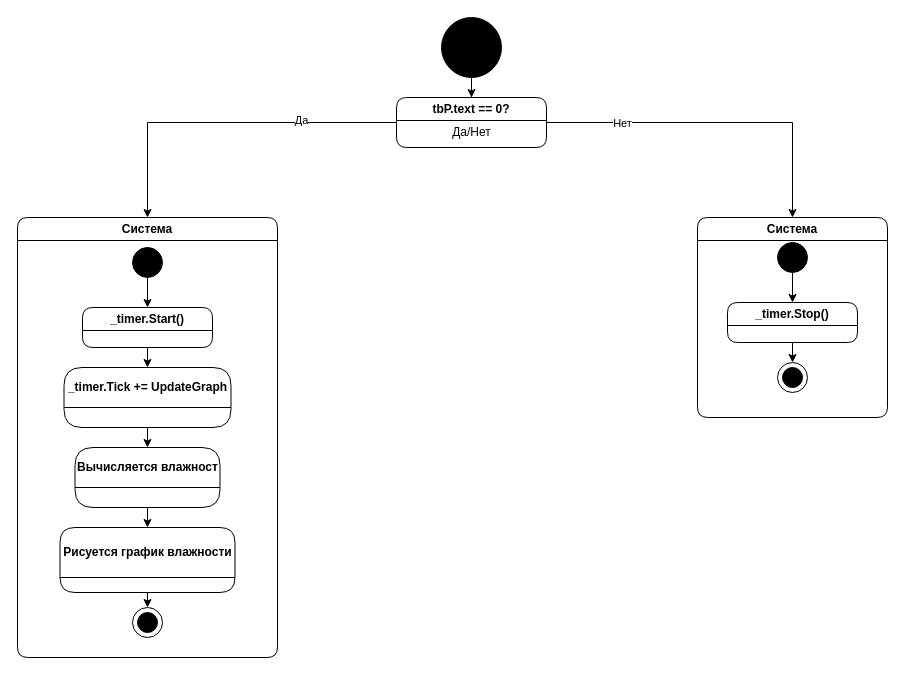
This is Диаграммы/4 Диаграмма состояний.drawio from JPKakaAG/praktika5v, a draw.io file, before an edit. Source tidied: cells renumbered, new cells numbered last; positions are measured from the earlier drawing's top-left corner, leaving out a move shared by most shapes. Both pictures are drawn from the tidied source at 100%, with x=0, y=0 at pixel (17, 17).
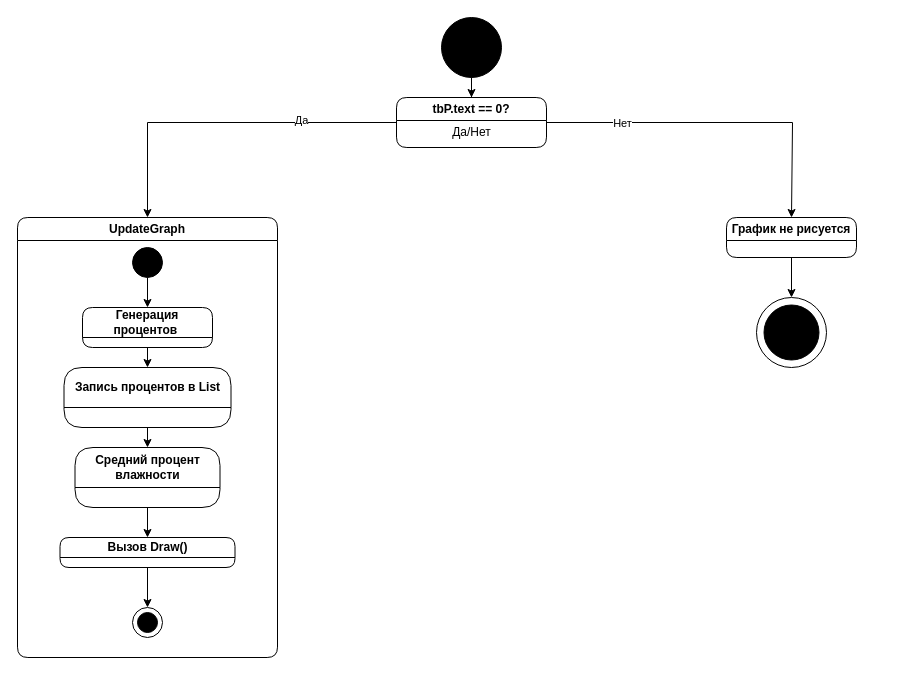
The same diagram, later.

The change refers to these unchanged cells:
```xml
<mxCell id="11" value="tbP.text == 0?" style="swimlane;whiteSpace=wrap;html=1;rounded=1;" parent="1" vertex="1">
  <mxGeometry x="379" y="80" width="150" height="50" as="geometry" />
</mxCell>
```

Change to the diagram source:
```diff
@@
-    <mxCell id="4" value="Система" style="swimlane;whiteSpace=wrap;html=1;rounded=1;" parent="1" vertex="1">
-      <mxGeometry x="680" y="200" width="190" height="200" as="geometry" />
-    </mxCell>
-    <mxCell id="5" style="ellipse;whiteSpace=wrap;html=1;fillColor=#000000;" parent="4" vertex="1">
-      <mxGeometry x="80" y="25" width="30" height="30" as="geometry" />
-    </mxCell>
-    <mxCell id="6" style="endArrow=classic;html=1;rounded=0;exitX=0.5;exitY=1;exitDx=0;exitDy=0;entryX=0.5;entryY=0;entryDx=0;entryDy=0;" parent="4" edge="1" source="5">
-      <mxGeometry relative="1" as="geometry">
-        <mxPoint x="95" y="85" as="targetPoint" />
-      </mxGeometry>
-    </mxCell>
-    <mxCell id="7" value="_timer.Stop()" style="swimlane;whiteSpace=wrap;html=1;rounded=1;" parent="4" vertex="1">
-      <mxGeometry x="30" y="85" width="130" height="40" as="geometry" />
-    </mxCell>
-    <mxCell id="8" style="ellipse;whiteSpace=wrap;html=1;" parent="4" vertex="1">
-      <mxGeometry x="80" y="145" width="30" height="30" as="geometry" />
-    </mxCell>
-    <mxCell id="9" style="ellipse;whiteSpace=wrap;html=1;fillColor=#000000;" parent="4" vertex="1">
-      <mxGeometry x="85" y="150" width="20" height="20" as="geometry" />
-    </mxCell>
-    <mxCell id="10" style="endArrow=classic;html=1;rounded=0;exitX=0.5;exitY=1;exitDx=0;exitDy=0;entryX=0.5;entryY=0;entryDx=0;entryDy=0;" parent="4" edge="1" source="7" target="8">
-      <mxGeometry relative="1" as="geometry" />
-    </mxCell>
@@
-    <mxCell id="14" value="Система" style="swimlane;whiteSpace=wrap;html=1;rounded=1;" parent="1" vertex="1">
+    <mxCell id="14" value="UpdateGraph" style="swimlane;whiteSpace=wrap;html=1;rounded=1;" parent="1" vertex="1">
       <mxGeometry y="200" width="260" height="440" as="geometry" />
     </mxCell>
@@
-    <mxCell id="17" value="_timer.Start()" style="swimlane;whiteSpace=wrap;html=1;rounded=1;" parent="14" vertex="1">
+    <mxCell id="17" value="Генерация процентов&amp;nbsp;" style="swimlane;whiteSpace=wrap;html=1;rounded=1;startSize=30;" parent="14" vertex="1">
       <mxGeometry x="65" y="90" width="130" height="40" as="geometry" />
     </mxCell>
-    <mxCell id="18" value="_timer.Tick += UpdateGraph" style="swimlane;whiteSpace=wrap;html=1;rounded=1;startSize=40;" parent="14" vertex="1">
+    <mxCell id="18" value="Запись процентов в List" style="swimlane;whiteSpace=wrap;html=1;rounded=1;startSize=40;" parent="14" vertex="1">
       <mxGeometry x="46.5" y="150" width="167" height="60" as="geometry" />
     </mxCell>
@@
-    <mxCell id="20" value="Вычисляется влажност" style="swimlane;whiteSpace=wrap;html=1;rounded=1;startSize=40;" parent="14" vertex="1">
+    <mxCell id="20" value="Средний процент влажности" style="swimlane;whiteSpace=wrap;html=1;rounded=1;startSize=40;" parent="14" vertex="1">
       <mxGeometry x="57.5" y="230" width="145" height="60" as="geometry" />
     </mxCell>
@@
-    <mxCell id="22" value="Рисуется график влажности" style="swimlane;whiteSpace=wrap;html=1;rounded=1;startSize=50;" parent="14" vertex="1">
-      <mxGeometry x="42.5" y="310" width="175" height="65" as="geometry" />
+    <mxCell id="22" value="Вызов Draw()" style="swimlane;whiteSpace=wrap;html=1;rounded=1;startSize=20;" parent="14" vertex="1">
+      <mxGeometry x="42.5" y="320" width="175" height="30" as="geometry" />
     </mxCell>
@@
-    <mxCell id="27" style="endArrow=classic;html=1;rounded=0;exitX=1;exitY=0.5;exitDx=0;exitDy=0;entryX=0.5;entryY=0;entryDx=0;entryDy=0;" parent="1" edge="1" source="11" target="4">
+    <mxCell id="27" style="endArrow=classic;html=1;rounded=0;exitX=1;exitY=0.5;exitDx=0;exitDy=0;entryX=0.5;entryY=0;entryDx=0;entryDy=0;" parent="1" edge="1" source="11">
       <mxGeometry relative="1" as="geometry">
+        <mxPoint x="774" y="200" as="targetPoint" />
         <Array as="points">
           <mxPoint x="775" y="105" />
         </Array>
       </mxGeometry>
     </mxCell>
@@
+    <mxCell id="31" value="График не рисуется" style="swimlane;whiteSpace=wrap;html=1;rounded=1;" parent="1" vertex="1">
+      <mxGeometry x="709" y="200" width="130" height="40" as="geometry" />
+    </mxCell>
+    <mxCell id="32" style="ellipse;whiteSpace=wrap;html=1;" parent="1" vertex="1">
+      <mxGeometry x="739" y="280" width="70" height="70" as="geometry" />
+    </mxCell>
+    <mxCell id="33" style="ellipse;whiteSpace=wrap;html=1;fillColor=#000000;" parent="1" vertex="1">
+      <mxGeometry x="746.5" y="287.5" width="55" height="55" as="geometry" />
+    </mxCell>
+    <mxCell id="34" style="endArrow=classic;html=1;rounded=0;exitX=0.5;exitY=1;exitDx=0;exitDy=0;entryX=0.5;entryY=0;entryDx=0;entryDy=0;" parent="1" edge="1" source="31" target="32">
+      <mxGeometry relative="1" as="geometry" />
+    </mxCell>
```
